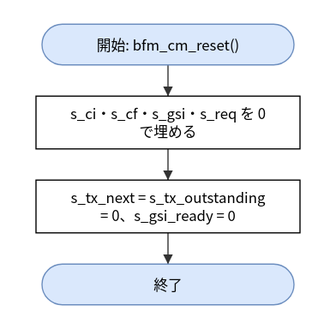
The draw.io diagram doc/spec/images/flow_src_bfm_cm-bfm_cm_reset.drawio.svg in hf355051012-ai/bfmem, before a commit. Source tidied: cells renumbered, new cells last; positions are measured from the earlier drawing's top-left corner, leaving out a move shared by most shapes. Source of this version:
```xml
<mxGraphModel>
  <root>
    <mxCell id="0" />
    <mxCell id="1" parent="0" />
    <mxCell id="2" value="開始: bfm_cm_reset()" style="rounded=1;arcSize=50;whiteSpace=wrap;html=1;fillColor=#dae8fc;strokeColor=#6c8ebf;" parent="1" vertex="1">
      <mxGeometry x="5" width="210" height="34" as="geometry" />
    </mxCell>
    <mxCell id="3" value="s_ci・s_cf・s_gsi・s_req を 0&lt;br&gt;で埋める" style="rounded=0;whiteSpace=wrap;html=1;" parent="1" vertex="1">
      <mxGeometry y="60" width="220" height="44" as="geometry" />
    </mxCell>
    <mxCell id="4" value="s_tx_next = s_tx_outstanding&lt;br&gt;= 0、s_gsi_ready = 0" style="rounded=0;whiteSpace=wrap;html=1;" parent="1" vertex="1">
      <mxGeometry y="130" width="220" height="44" as="geometry" />
    </mxCell>
    <mxCell id="5" value="終了" style="rounded=1;arcSize=50;whiteSpace=wrap;html=1;fillColor=#dae8fc;strokeColor=#6c8ebf;" parent="1" vertex="1">
      <mxGeometry x="5" y="200" width="210" height="34" as="geometry" />
    </mxCell>
    <mxCell id="6" style="edgeStyle=none;html=1;rounded=0;endArrow=block;endFill=1;exitX=0.5000;exitY=1.0000;exitDx=0;exitDy=0;exitPerimeter=0;entryX=0.5000;entryY=0.0000;entryDx=0;entryDy=0;entryPerimeter=0;" parent="1" edge="1" source="2" target="3">
      <mxGeometry relative="1" as="geometry" />
    </mxCell>
    <mxCell id="7" style="edgeStyle=none;html=1;rounded=0;endArrow=block;endFill=1;exitX=0.5000;exitY=1.0000;exitDx=0;exitDy=0;exitPerimeter=0;entryX=0.5000;entryY=0.0000;entryDx=0;entryDy=0;entryPerimeter=0;" parent="1" edge="1" source="3" target="4">
      <mxGeometry relative="1" as="geometry" />
    </mxCell>
    <mxCell id="8" style="edgeStyle=none;html=1;rounded=0;endArrow=block;endFill=1;exitX=0.5000;exitY=1.0000;exitDx=0;exitDy=0;exitPerimeter=0;entryX=0.5000;entryY=0.0000;entryDx=0;entryDy=0;entryPerimeter=0;" parent="1" edge="1" source="4" target="5">
      <mxGeometry relative="1" as="geometry" />
    </mxCell>
  </root>
</mxGraphModel>
```
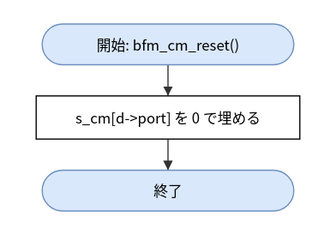
After the change.

Diff of the diagram source:
```diff
@@ -5,23 +5,17 @@
     <mxCell id="2" value="開始: bfm_cm_reset()" style="rounded=1;arcSize=50;whiteSpace=wrap;html=1;fillColor=#dae8fc;strokeColor=#6c8ebf;" parent="1" vertex="1">
       <mxGeometry x="5" width="210" height="34" as="geometry" />
     </mxCell>
-    <mxCell id="3" value="s_ci・s_cf・s_gsi・s_req を 0&lt;br&gt;で埋める" style="rounded=0;whiteSpace=wrap;html=1;" parent="1" vertex="1">
-      <mxGeometry y="60" width="220" height="44" as="geometry" />
+    <mxCell id="3" value="s_cm[d-&amp;gt;port] を 0 で埋める" style="rounded=0;whiteSpace=wrap;html=1;" parent="1" vertex="1">
+      <mxGeometry y="60" width="220" height="36" as="geometry" />
     </mxCell>
-    <mxCell id="4" value="s_tx_next = s_tx_outstanding&lt;br&gt;= 0、s_gsi_ready = 0" style="rounded=0;whiteSpace=wrap;html=1;" parent="1" vertex="1">
-      <mxGeometry y="130" width="220" height="44" as="geometry" />
+    <mxCell id="4" value="終了" style="rounded=1;arcSize=50;whiteSpace=wrap;html=1;fillColor=#dae8fc;strokeColor=#6c8ebf;" parent="1" vertex="1">
+      <mxGeometry x="5" y="122" width="210" height="34" as="geometry" />
     </mxCell>
-    <mxCell id="5" value="終了" style="rounded=1;arcSize=50;whiteSpace=wrap;html=1;fillColor=#dae8fc;strokeColor=#6c8ebf;" parent="1" vertex="1">
-      <mxGeometry x="5" y="200" width="210" height="34" as="geometry" />
-    </mxCell>
     <mxCell id="6" style="edgeStyle=none;html=1;rounded=0;endArrow=block;endFill=1;exitX=0.5000;exitY=1.0000;exitDx=0;exitDy=0;exitPerimeter=0;entryX=0.5000;entryY=0.0000;entryDx=0;entryDy=0;entryPerimeter=0;" parent="1" edge="1" source="2" target="3">
       <mxGeometry relative="1" as="geometry" />
     </mxCell>
     <mxCell id="7" style="edgeStyle=none;html=1;rounded=0;endArrow=block;endFill=1;exitX=0.5000;exitY=1.0000;exitDx=0;exitDy=0;exitPerimeter=0;entryX=0.5000;entryY=0.0000;entryDx=0;entryDy=0;entryPerimeter=0;" parent="1" edge="1" source="3" target="4">
       <mxGeometry relative="1" as="geometry" />
     </mxCell>
-    <mxCell id="8" style="edgeStyle=none;html=1;rounded=0;endArrow=block;endFill=1;exitX=0.5000;exitY=1.0000;exitDx=0;exitDy=0;exitPerimeter=0;entryX=0.5000;entryY=0.0000;entryDx=0;entryDy=0;entryPerimeter=0;" parent="1" edge="1" source="4" target="5">
-      <mxGeometry relative="1" as="geometry" />
-    </mxCell>
   </root>
 </mxGraphModel>
```
